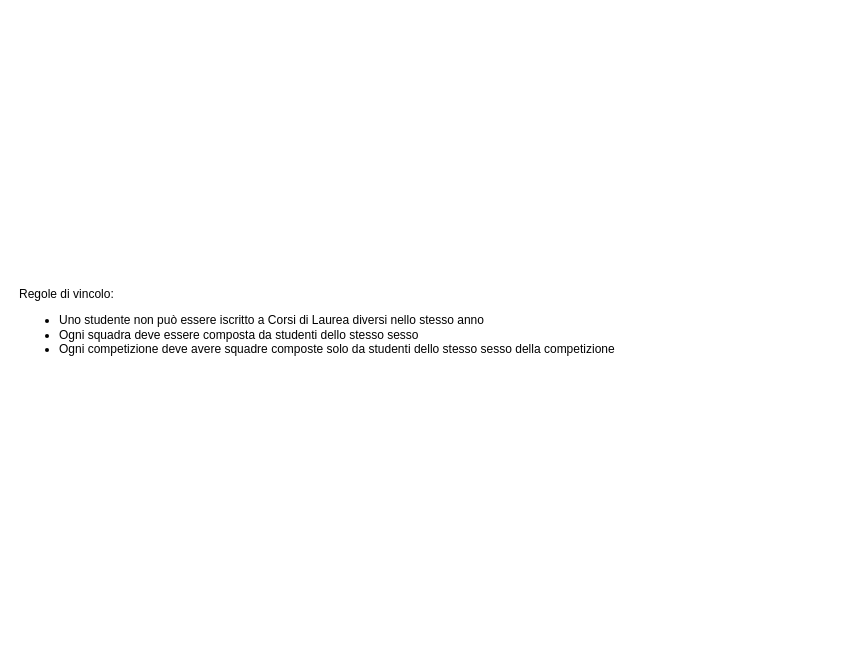
Before: page "Regole di vincolo" (2 of 3) of Olimpiadi studentesche.drawio in giovannivelludo/database-project, a draw.io diagram. Source tidied: cells renumbered, new cells numbered last; positions are measured from the earlier drawing's top-left corner, leaving out a move shared by most shapes. Both pictures are drawn from the tidied source at 100%, with x=0, y=0 at pixel (17, 17).
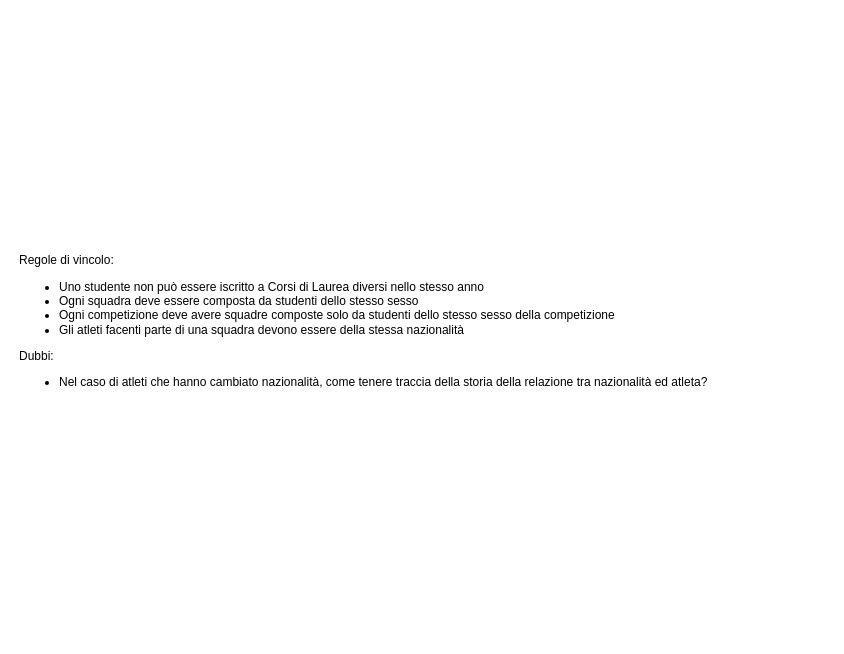
The same diagram, later.

Commit message (it also covers changes not shown here):
Aggiunta nazionalità squadra

The edit, as a diff of the source:
```diff
@@
 <mxGraphModel>
   <root>
     <mxCell id="0" />
     <mxCell id="1" parent="0" />
-    <mxCell id="2" value="&lt;div&gt;Regole di vincolo:&lt;/div&gt;&lt;div&gt;&lt;ul&gt;&lt;li&gt;Uno studente non può essere iscritto a Corsi di Laurea diversi nello stesso anno&lt;/li&gt;&lt;li&gt;Ogni squadra deve essere composta da studenti dello stesso sesso&lt;/li&gt;&lt;li&gt;Ogni competizione deve avere squadre composte solo da studenti dello stesso sesso della competizione&lt;br&gt;&lt;/li&gt;&lt;/ul&gt;&lt;/div&gt;" style="text;html=1;strokeColor=none;fillColor=none;align=left;verticalAlign=middle;whiteSpace=wrap;rounded=0;" parent="1" vertex="1">
+    <mxCell id="2" value="&lt;div&gt;Regole di vincolo:&lt;/div&gt;&lt;div&gt;&lt;ul&gt;&lt;li&gt;Uno studente non può essere iscritto a Corsi di Laurea diversi nello stesso anno&lt;/li&gt;&lt;li&gt;Ogni squadra deve essere composta da studenti dello stesso sesso&lt;/li&gt;&lt;li&gt;Ogni competizione deve avere squadre composte solo da studenti dello stesso sesso della competizione&lt;/li&gt;&lt;li&gt;Gli atleti facenti parte di una squadra devono essere della stessa nazionalità&lt;/li&gt;&lt;/ul&gt;&lt;div&gt;Dubbi:&lt;/div&gt;&lt;div&gt;&lt;ul&gt;&lt;li&gt;Nel caso di atleti che hanno cambiato nazionalità, come tenere traccia della storia della relazione tra nazionalità ed atleta?&lt;br&gt;&lt;/li&gt;&lt;/ul&gt;&lt;/div&gt;&lt;/div&gt;" style="text;html=1;strokeColor=none;fillColor=none;align=left;verticalAlign=middle;whiteSpace=wrap;rounded=0;" parent="1" vertex="1">
       <mxGeometry width="810" height="620" as="geometry" />
     </mxCell>
   </root>
 </mxGraphModel>
```
